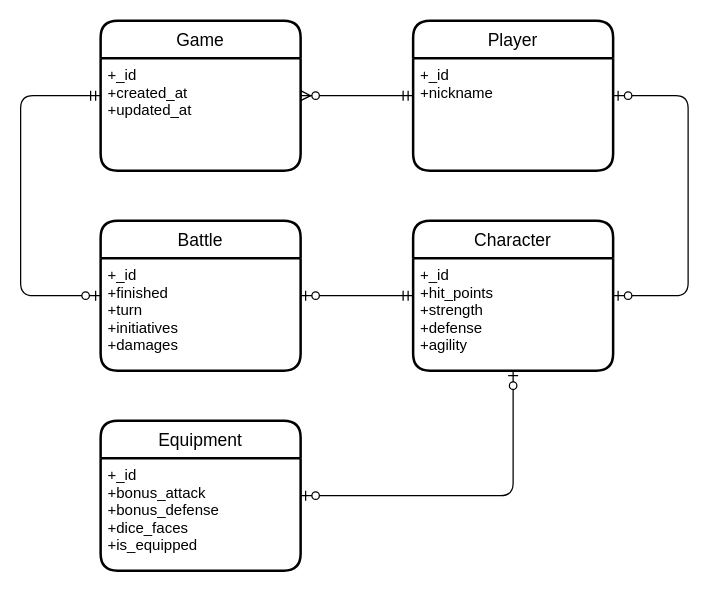
Earlier version of the draw.io diagram page "ERD" (1 of 2) of TBRPG Diagrams.drawio (thbighead/turn-based-rpg). Source tidied: cells renumbered, new cells numbered last; positions are measured from the earlier drawing's top-left corner, leaving out a move shared by most shapes. Both pictures are drawn from the tidied source at 125%, with x=0, y=0 at pixel (20, 20).
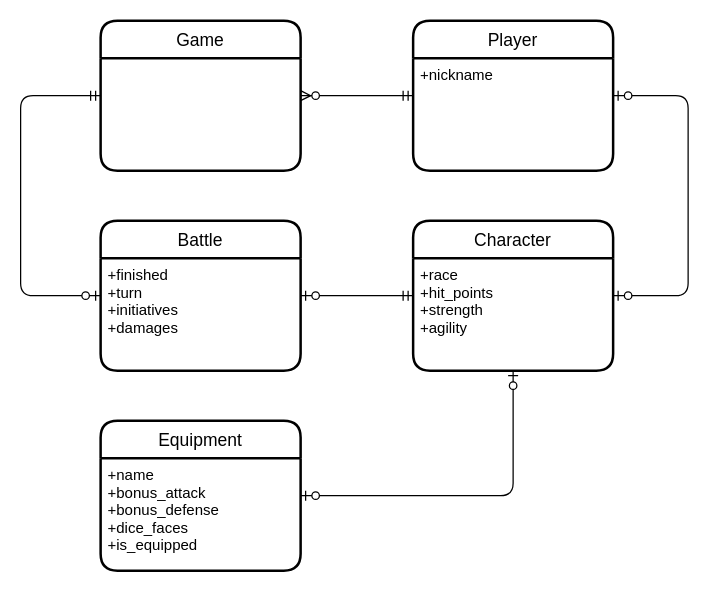
After the change.

Unchanged cells that the change refers to:
```xml
<mxCell id="7" value="Game" style="swimlane;horizontal=1;startSize=30;rounded=1;fontSize=14;fontStyle=0;strokeWidth=2;shadow=0;dashed=0;align=center;" parent="1" vertex="1">
  <mxGeometry x="64" width="160" height="120" as="geometry" />
</mxCell>
<mxCell id="9" value="Player" style="swimlane;horizontal=1;startSize=30;rounded=1;fontSize=14;fontStyle=0;strokeWidth=2;shadow=0;dashed=0;align=center;" parent="1" vertex="1">
  <mxGeometry x="314" width="160" height="120" as="geometry" />
</mxCell>
<mxCell id="11" value="Character" style="swimlane;horizontal=1;startSize=30;rounded=1;fontSize=14;fontStyle=0;strokeWidth=2;shadow=0;dashed=0;align=center;" parent="1" vertex="1">
  <mxGeometry x="314" y="160" width="160" height="120" as="geometry" />
</mxCell>
<mxCell id="13" value="Battle" style="swimlane;horizontal=1;startSize=30;rounded=1;fontSize=14;fontStyle=0;strokeWidth=2;shadow=0;dashed=0;align=center;" parent="1" vertex="1">
  <mxGeometry x="64" y="160" width="160" height="120" as="geometry" />
</mxCell>
<mxCell id="15" value="Equipment" style="swimlane;horizontal=1;startSize=30;rounded=1;fontSize=14;fontStyle=0;strokeWidth=2;shadow=0;dashed=0;align=center;" parent="1" vertex="1">
  <mxGeometry x="64" y="320" width="160" height="120" as="geometry" />
</mxCell>
```

The edit, as a diff of the source:
```diff
@@
-    <mxCell id="8" value="+_id&#10;+created_at&#10;+updated_at" style="align=left;strokeColor=none;fillColor=none;spacingLeft=4;fontSize=12;verticalAlign=top;" parent="7" vertex="1">
-      <mxGeometry y="30" width="160" height="90" as="geometry" />
-    </mxCell>
@@
-    <mxCell id="10" value="+_id&#10;+nickname" style="align=left;strokeColor=none;fillColor=none;spacingLeft=4;fontSize=12;verticalAlign=top;" parent="9" vertex="1">
+    <mxCell id="10" value="+nickname" style="align=left;strokeColor=none;fillColor=none;spacingLeft=4;fontSize=12;verticalAlign=top;" parent="9" vertex="1">
       <mxGeometry y="30" width="160" height="90" as="geometry" />
     </mxCell>
@@
-    <mxCell id="12" value="+_id&#10;+hit_points&#10;+strength&#10;+defense&#10;+agility" style="align=left;strokeColor=none;fillColor=none;spacingLeft=4;fontSize=12;verticalAlign=top;" parent="11" vertex="1">
+    <mxCell id="12" value="+race&#10;+hit_points&#10;+strength&#10;+agility" style="align=left;strokeColor=none;fillColor=none;spacingLeft=4;fontSize=12;verticalAlign=top;" parent="11" vertex="1">
       <mxGeometry y="30" width="160" height="90" as="geometry" />
     </mxCell>
@@
-    <mxCell id="14" value="+_id&#10;+finished&#10;+turn&#10;+initiatives&#10;+damages" style="align=left;strokeColor=none;fillColor=none;spacingLeft=4;fontSize=12;verticalAlign=top;" parent="13" vertex="1">
+    <mxCell id="14" value="+finished&#10;+turn&#10;+initiatives&#10;+damages" style="align=left;strokeColor=none;fillColor=none;spacingLeft=4;fontSize=12;verticalAlign=top;" parent="13" vertex="1">
       <mxGeometry y="30" width="160" height="90" as="geometry" />
     </mxCell>
@@
-    <mxCell id="16" value="+_id&#10;+bonus_attack&#10;+bonus_defense&#10;+dice_faces&#10;+is_equipped" style="align=left;strokeColor=none;fillColor=none;spacingLeft=4;fontSize=12;verticalAlign=top;" parent="15" vertex="1">
+    <mxCell id="16" value="+name&#10;+bonus_attack&#10;+bonus_defense&#10;+dice_faces&#10;+is_equipped" style="align=left;strokeColor=none;fillColor=none;spacingLeft=4;fontSize=12;verticalAlign=top;" parent="15" vertex="1">
       <mxGeometry y="30" width="160" height="90" as="geometry" />
     </mxCell>
```
